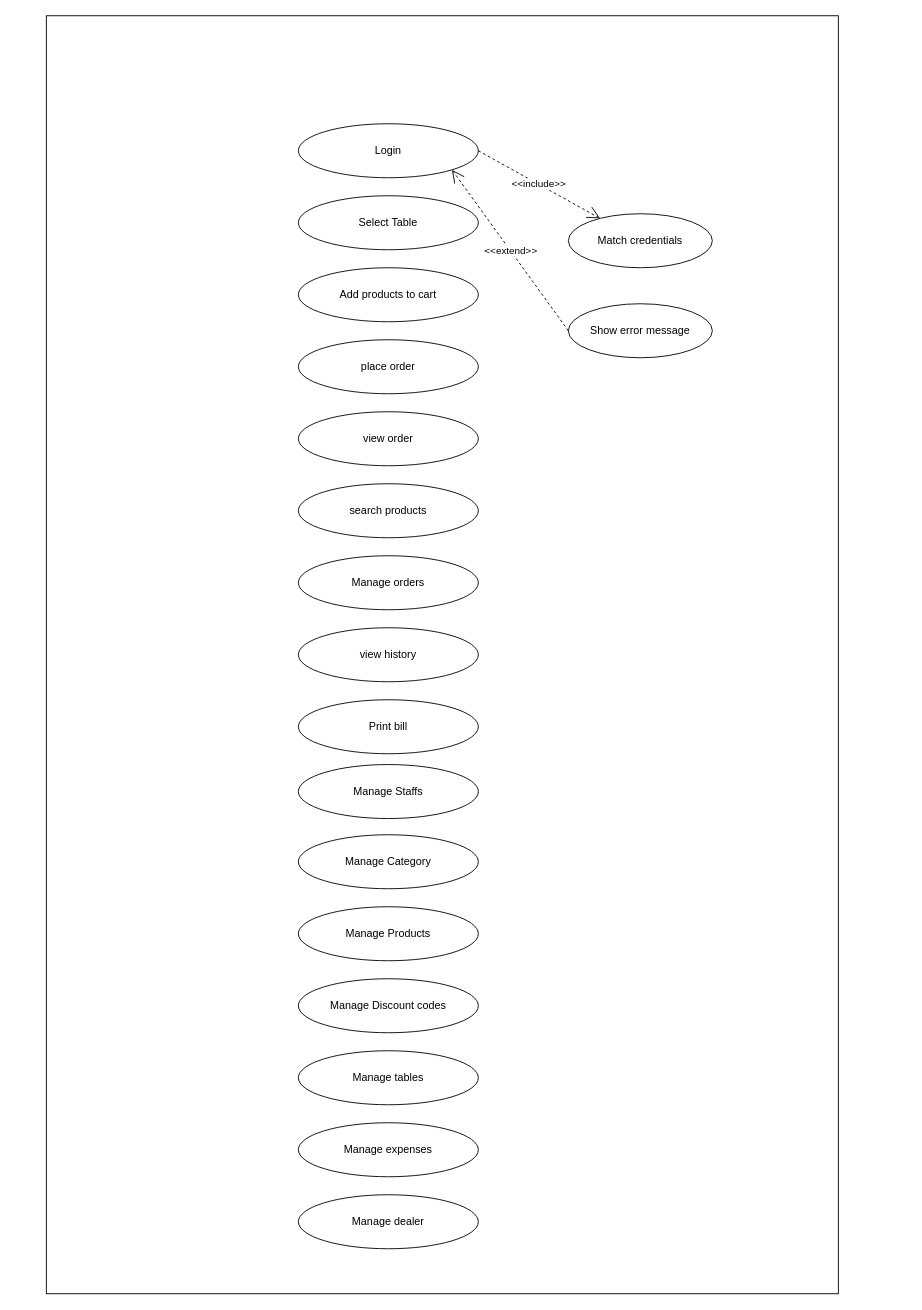
rahulkandel7/wokshop-futurebuilder keeps this draw.io diagram as USe case pos.drawio. Above is the earlier version. Source tidied: cells renumbered, new cells numbered last; positions are measured from the earlier drawing's top-left corner, leaving out a move shared by most shapes. Both pictures are drawn from the tidied source at 90%, with x=0, y=0 at pixel (46, 15).
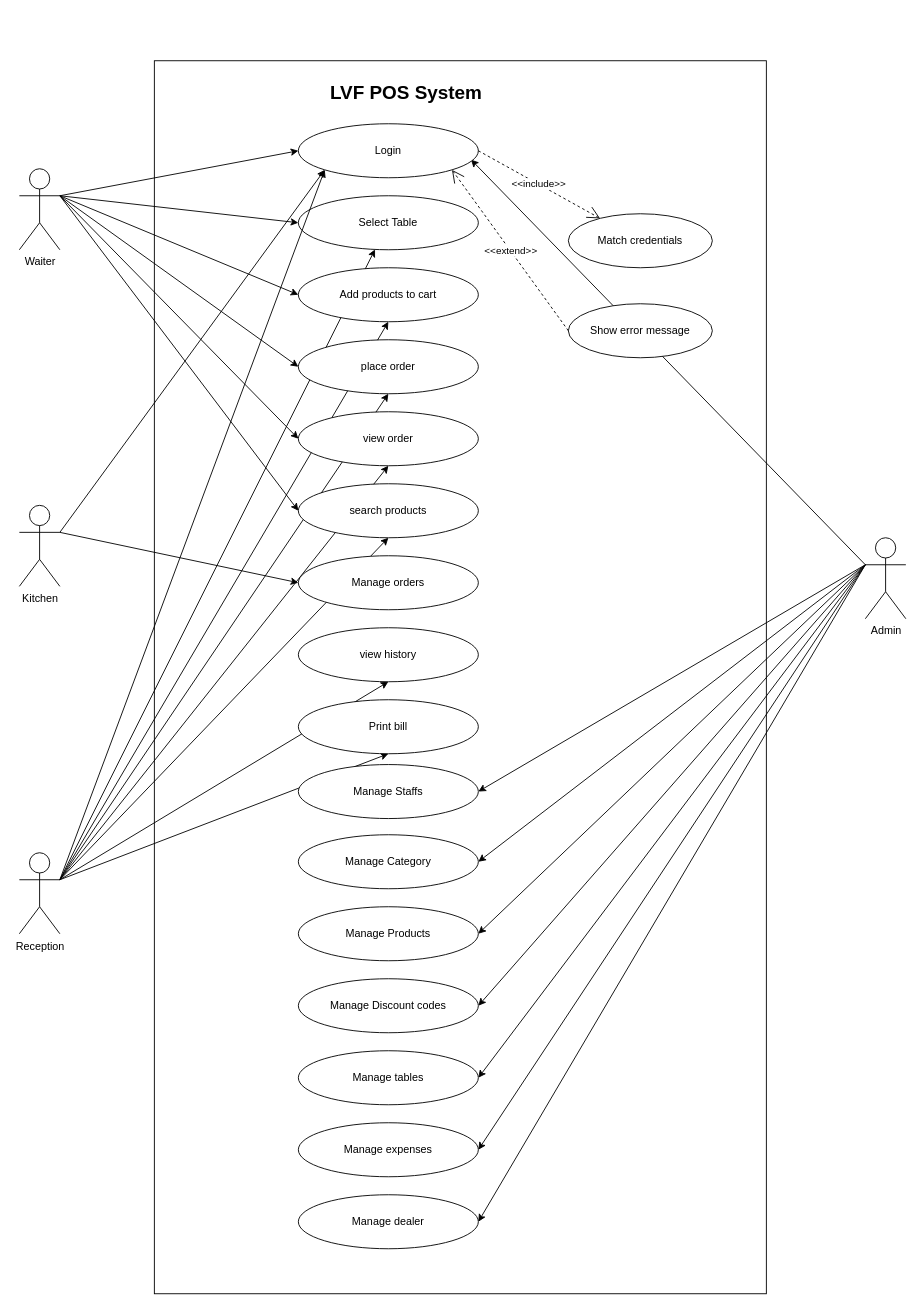
The same page after the edit.

Unchanged cells that the change refers to:
```xml
<mxCell id="2" value="Login" style="ellipse;whiteSpace=wrap;html=1;" parent="1" vertex="1">
  <mxGeometry x="280" y="120" width="200" height="60" as="geometry" />
</mxCell>
<mxCell id="3" value="Select Table" style="ellipse;whiteSpace=wrap;html=1;" parent="1" vertex="1">
  <mxGeometry x="280" y="200" width="200" height="60" as="geometry" />
</mxCell>
<mxCell id="4" value="place order" style="ellipse;whiteSpace=wrap;html=1;" parent="1" vertex="1">
  <mxGeometry x="280" y="360" width="200" height="60" as="geometry" />
</mxCell>
<mxCell id="5" value="Add products to cart" style="ellipse;whiteSpace=wrap;html=1;" parent="1" vertex="1">
  <mxGeometry x="280" y="280" width="200" height="60" as="geometry" />
</mxCell>
<mxCell id="6" value="view history" style="ellipse;whiteSpace=wrap;html=1;" parent="1" vertex="1">
  <mxGeometry x="280" y="680" width="200" height="60" as="geometry" />
</mxCell>
<mxCell id="7" value="Manage orders" style="ellipse;whiteSpace=wrap;html=1;" parent="1" vertex="1">
  <mxGeometry x="280" y="600" width="200" height="60" as="geometry" />
</mxCell>
<mxCell id="8" value="search products" style="ellipse;whiteSpace=wrap;html=1;" parent="1" vertex="1">
  <mxGeometry x="280" y="520" width="200" height="60" as="geometry" />
</mxCell>
<mxCell id="9" value="view order" style="ellipse;whiteSpace=wrap;html=1;" parent="1" vertex="1">
  <mxGeometry x="280" y="440" width="200" height="60" as="geometry" />
</mxCell>
<mxCell id="10" value="Print bill" style="ellipse;whiteSpace=wrap;html=1;" parent="1" vertex="1">
  <mxGeometry x="280" y="760" width="200" height="60" as="geometry" />
</mxCell>
<mxCell id="11" value="Manage Staffs" style="ellipse;whiteSpace=wrap;html=1;" parent="1" vertex="1">
  <mxGeometry x="280" y="832" width="200" height="60" as="geometry" />
</mxCell>
<mxCell id="12" value="Manage Category" style="ellipse;whiteSpace=wrap;html=1;" parent="1" vertex="1">
  <mxGeometry x="280" y="910" width="200" height="60" as="geometry" />
</mxCell>
<mxCell id="13" value="Manage Products" style="ellipse;whiteSpace=wrap;html=1;" parent="1" vertex="1">
  <mxGeometry x="280" y="990" width="200" height="60" as="geometry" />
</mxCell>
<mxCell id="14" value="Manage Discount codes" style="ellipse;whiteSpace=wrap;html=1;" parent="1" vertex="1">
  <mxGeometry x="280" y="1070" width="200" height="60" as="geometry" />
</mxCell>
<mxCell id="15" value="Manage tables" style="ellipse;whiteSpace=wrap;html=1;" parent="1" vertex="1">
  <mxGeometry x="280" y="1150" width="200" height="60" as="geometry" />
</mxCell>
<mxCell id="16" value="Manage expenses" style="ellipse;whiteSpace=wrap;html=1;" parent="1" vertex="1">
  <mxGeometry x="280" y="1230" width="200" height="60" as="geometry" />
</mxCell>
<mxCell id="17" value="Manage dealer" style="ellipse;whiteSpace=wrap;html=1;" parent="1" vertex="1">
  <mxGeometry x="280" y="1310" width="200" height="60" as="geometry" />
</mxCell>
```

The edit, as a diff of the source:
```diff
@@
+    <mxCell id="23" style="endArrow=classic;html=1;rounded=0;exitX=0;exitY=0.3333333333333333;exitDx=0;exitDy=0;exitPerimeter=0;entryX=0.959;entryY=0.664;entryDx=0;entryDy=0;entryPerimeter=0;" parent="1" edge="1" source="44" target="2">
+      <mxGeometry relative="1" as="geometry" />
+    </mxCell>
+    <mxCell id="22" style="rounded=0;whiteSpace=wrap;html=1;fillColor=none;strokeWidth=1;strokeColor=default;" parent="1" vertex="1">
+      <mxGeometry x="120" y="50" width="680" height="1370" as="geometry" />
+    </mxCell>
+    <mxCell id="24" style="endArrow=classic;html=1;rounded=0;exitX=1;exitY=0.3333333333333333;exitDx=0;exitDy=0;exitPerimeter=0;entryX=0.5;entryY=1;entryDx=0;entryDy=0;" parent="1" edge="1" source="34" target="5">
+      <mxGeometry relative="1" as="geometry" />
+    </mxCell>
+    <mxCell id="25" style="endArrow=classic;html=1;rounded=0;exitX=1;exitY=0.3333333333333333;exitDx=0;exitDy=0;exitPerimeter=0;entryX=0.5;entryY=1;entryDx=0;entryDy=0;" parent="1" edge="1" source="34" target="4">
+      <mxGeometry relative="1" as="geometry" />
+    </mxCell>
+    <mxCell id="26" style="endArrow=classic;html=1;rounded=0;exitX=1;exitY=0.3333333333333333;exitDx=0;exitDy=0;exitPerimeter=0;entryX=0.5;entryY=1;entryDx=0;entryDy=0;" parent="1" edge="1" source="34" target="9">
+      <mxGeometry relative="1" as="geometry" />
+    </mxCell>
+    <mxCell id="27" style="endArrow=classic;html=1;rounded=0;exitX=1;exitY=0.3333333333333333;exitDx=0;exitDy=0;exitPerimeter=0;entryX=0.5;entryY=1;entryDx=0;entryDy=0;" parent="1" edge="1" source="34" target="8">
+      <mxGeometry relative="1" as="geometry" />
+    </mxCell>
+    <mxCell id="28" style="endArrow=classic;html=1;rounded=0;exitX=1;exitY=0.3333333333333333;exitDx=0;exitDy=0;exitPerimeter=0;entryX=0.5;entryY=1;entryDx=0;entryDy=0;" parent="1" edge="1" source="34" target="6">
+      <mxGeometry relative="1" as="geometry" />
+    </mxCell>
+    <mxCell id="29" style="endArrow=classic;html=1;rounded=0;exitX=1;exitY=0.3333333333333333;exitDx=0;exitDy=0;exitPerimeter=0;entryX=0.5;entryY=1;entryDx=0;entryDy=0;" parent="1" edge="1" source="34" target="10">
+      <mxGeometry relative="1" as="geometry" />
+    </mxCell>
+    <mxCell id="30" style="endArrow=classic;html=1;rounded=0;exitX=1;exitY=0.3333333333333333;exitDx=0;exitDy=0;exitPerimeter=0;" parent="1" edge="1" source="34" target="3">
+      <mxGeometry relative="1" as="geometry" />
+    </mxCell>
@@
-    <mxCell id="22" style="rounded=0;whiteSpace=wrap;html=1;fillColor=none;strokeWidth=1;" parent="1" vertex="1">
-      <mxGeometry width="880" height="1420" as="geometry" />
-    </mxCell>
+    <mxCell id="31" value="&lt;h4&gt;&lt;font style=&quot;font-size: 21px;&quot;&gt;LVF POS System&lt;/font&gt;&lt;/h4&gt;" style="text;html=1;strokeColor=none;fillColor=none;align=center;verticalAlign=middle;whiteSpace=wrap;rounded=0;" parent="1" vertex="1">
+      <mxGeometry x="290" y="70" width="220" height="30" as="geometry" />
+    </mxCell>
+    <mxCell id="32" value="Waiter" style="shape=umlActor;verticalLabelPosition=bottom;verticalAlign=top;html=1;" parent="1" vertex="1">
+      <mxGeometry x="-30" y="170" width="45" height="90" as="geometry" />
+    </mxCell>
+    <mxCell id="33" value="Kitchen" style="shape=umlActor;verticalLabelPosition=bottom;verticalAlign=top;html=1;" parent="1" vertex="1">
+      <mxGeometry x="-30" y="544" width="45" height="90" as="geometry" />
+    </mxCell>
+    <mxCell id="34" value="Reception" style="shape=umlActor;verticalLabelPosition=bottom;verticalAlign=top;html=1;" parent="1" vertex="1">
+      <mxGeometry x="-30" y="930" width="45" height="90" as="geometry" />
+    </mxCell>
+    <mxCell id="35" style="endArrow=classic;html=1;rounded=0;exitX=1;exitY=0.3333333333333333;exitDx=0;exitDy=0;exitPerimeter=0;entryX=0;entryY=0.5;entryDx=0;entryDy=0;" parent="1" edge="1" source="32" target="2">
+      <mxGeometry relative="1" as="geometry" />
+    </mxCell>
+    <mxCell id="36" style="endArrow=classic;html=1;rounded=0;exitX=1;exitY=0.3333333333333333;exitDx=0;exitDy=0;exitPerimeter=0;entryX=0;entryY=0.5;entryDx=0;entryDy=0;" parent="1" edge="1" source="32" target="3">
+      <mxGeometry relative="1" as="geometry" />
+    </mxCell>
+    <mxCell id="37" style="endArrow=classic;html=1;rounded=0;exitX=1;exitY=0.3333333333333333;exitDx=0;exitDy=0;exitPerimeter=0;entryX=0;entryY=0.5;entryDx=0;entryDy=0;" parent="1" edge="1" source="32" target="5">
+      <mxGeometry relative="1" as="geometry" />
+    </mxCell>
+    <mxCell id="38" style="endArrow=classic;html=1;rounded=0;exitX=1;exitY=0.3333333333333333;exitDx=0;exitDy=0;exitPerimeter=0;entryX=0;entryY=0.5;entryDx=0;entryDy=0;" parent="1" edge="1" source="32" target="4">
+      <mxGeometry relative="1" as="geometry" />
+    </mxCell>
+    <mxCell id="39" style="endArrow=classic;html=1;rounded=0;exitX=1;exitY=0.3333333333333333;exitDx=0;exitDy=0;exitPerimeter=0;entryX=0;entryY=0.5;entryDx=0;entryDy=0;" parent="1" edge="1" source="32" target="9">
+      <mxGeometry relative="1" as="geometry" />
+    </mxCell>
+    <mxCell id="40" style="endArrow=classic;html=1;rounded=0;exitX=1;exitY=0.3333333333333333;exitDx=0;exitDy=0;exitPerimeter=0;entryX=0;entryY=0.5;entryDx=0;entryDy=0;" parent="1" edge="1" source="32" target="8">
+      <mxGeometry relative="1" as="geometry" />
+    </mxCell>
+    <mxCell id="41" style="endArrow=classic;html=1;rounded=0;exitX=1;exitY=0.3333333333333333;exitDx=0;exitDy=0;exitPerimeter=0;entryX=0;entryY=1;entryDx=0;entryDy=0;" parent="1" edge="1" source="33" target="2">
+      <mxGeometry relative="1" as="geometry" />
+    </mxCell>
+    <mxCell id="42" style="endArrow=classic;html=1;rounded=0;exitX=1;exitY=0.3333333333333333;exitDx=0;exitDy=0;exitPerimeter=0;entryX=0;entryY=0.5;entryDx=0;entryDy=0;" parent="1" edge="1" source="33" target="7">
+      <mxGeometry relative="1" as="geometry" />
+    </mxCell>
+    <mxCell id="43" style="endArrow=classic;html=1;rounded=0;exitX=1;exitY=0.3333333333333333;exitDx=0;exitDy=0;exitPerimeter=0;entryX=0;entryY=1;entryDx=0;entryDy=0;" parent="1" edge="1" source="34" target="2">
+      <mxGeometry relative="1" as="geometry" />
+    </mxCell>
+    <mxCell id="44" value="Admin" style="shape=umlActor;verticalLabelPosition=bottom;verticalAlign=top;html=1;" parent="1" vertex="1">
+      <mxGeometry x="910" y="580" width="45" height="90" as="geometry" />
+    </mxCell>
+    <mxCell id="45" style="endArrow=classic;html=1;rounded=0;exitX=0;exitY=0.3333333333333333;exitDx=0;exitDy=0;exitPerimeter=0;entryX=1;entryY=0.5;entryDx=0;entryDy=0;" parent="1" edge="1" source="44" target="11">
+      <mxGeometry relative="1" as="geometry" />
+    </mxCell>
+    <mxCell id="46" style="endArrow=classic;html=1;rounded=0;exitX=0;exitY=0.3333333333333333;exitDx=0;exitDy=0;exitPerimeter=0;entryX=1;entryY=0.5;entryDx=0;entryDy=0;" parent="1" edge="1" source="44" target="12">
+      <mxGeometry relative="1" as="geometry" />
+    </mxCell>
+    <mxCell id="47" style="endArrow=classic;html=1;rounded=0;exitX=0;exitY=0.3333333333333333;exitDx=0;exitDy=0;exitPerimeter=0;entryX=1;entryY=0.5;entryDx=0;entryDy=0;" parent="1" edge="1" source="44" target="13">
+      <mxGeometry relative="1" as="geometry" />
+    </mxCell>
+    <mxCell id="48" style="endArrow=classic;html=1;rounded=0;exitX=0;exitY=0.3333333333333333;exitDx=0;exitDy=0;exitPerimeter=0;entryX=1;entryY=0.5;entryDx=0;entryDy=0;" parent="1" edge="1" source="44" target="14">
+      <mxGeometry relative="1" as="geometry" />
+    </mxCell>
+    <mxCell id="49" style="endArrow=classic;html=1;rounded=0;exitX=0;exitY=0.3333333333333333;exitDx=0;exitDy=0;exitPerimeter=0;entryX=1;entryY=0.5;entryDx=0;entryDy=0;" parent="1" edge="1" source="44" target="15">
+      <mxGeometry relative="1" as="geometry" />
+    </mxCell>
+    <mxCell id="50" style="endArrow=classic;html=1;rounded=0;exitX=0;exitY=0.3333333333333333;exitDx=0;exitDy=0;exitPerimeter=0;entryX=1;entryY=0.5;entryDx=0;entryDy=0;" parent="1" edge="1" source="44" target="16">
+      <mxGeometry relative="1" as="geometry" />
+    </mxCell>
+    <mxCell id="51" style="endArrow=classic;html=1;rounded=0;exitX=0;exitY=0.3333333333333333;exitDx=0;exitDy=0;exitPerimeter=0;entryX=1;entryY=0.5;entryDx=0;entryDy=0;" parent="1" edge="1" source="44" target="17">
+      <mxGeometry relative="1" as="geometry" />
+    </mxCell>
```
